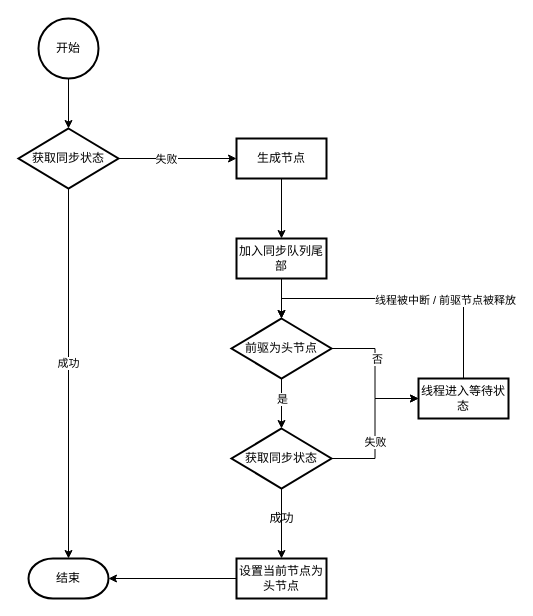
Above: java/diagram/流程图-独占式获取同步状态.drawio in chengjunjie2022/demo (draw.io), before the change. Source tidied: cells renumbered, new cells numbered last; positions are measured from the earlier drawing's top-left corner, leaving out a move shared by most shapes. Both pictures are drawn from the tidied source at 100%, with x=0, y=0 at pixel (18, 18).
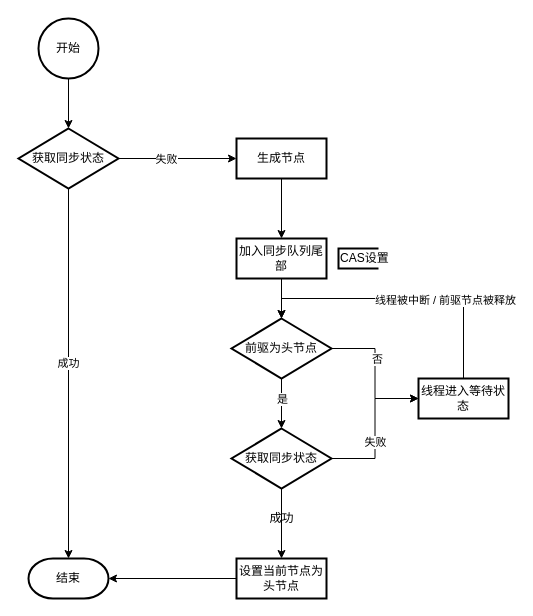
After the change.

Commit message:
add flow remark

What changed in the source:
```diff
@@
+    <mxCell id="29" value="CAS设置" style="strokeWidth=2;html=1;shape=mxgraph.flowchart.annotation_1;align=left;" parent="1" vertex="1">
+      <mxGeometry x="320" y="230" width="40" height="20" as="geometry" />
+    </mxCell>
```
